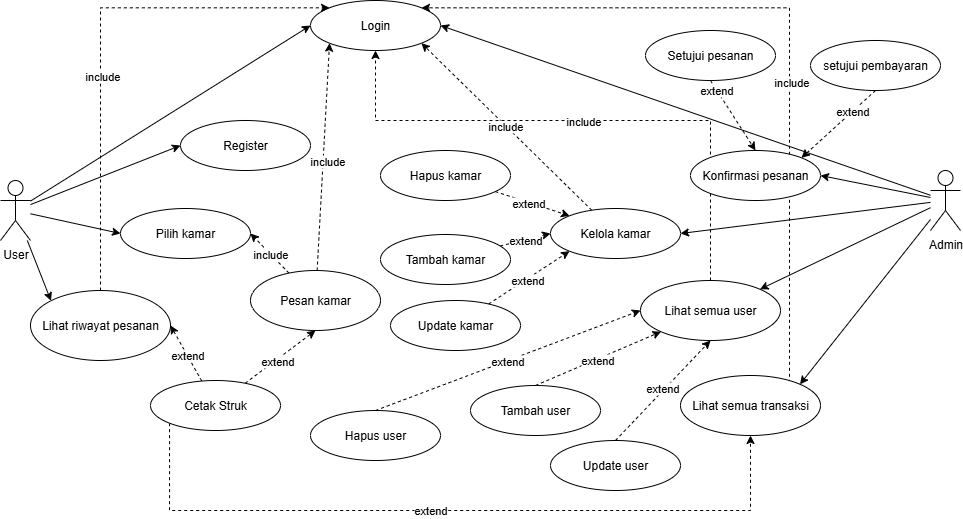
Above: uml/use-case-tiket-hotel.png in contributor404/ukk (draw.io), before the change. Source tidied: cells renumbered, new cells last; positions are measured from the earlier drawing's top-left corner, leaving out a move shared by most shapes.
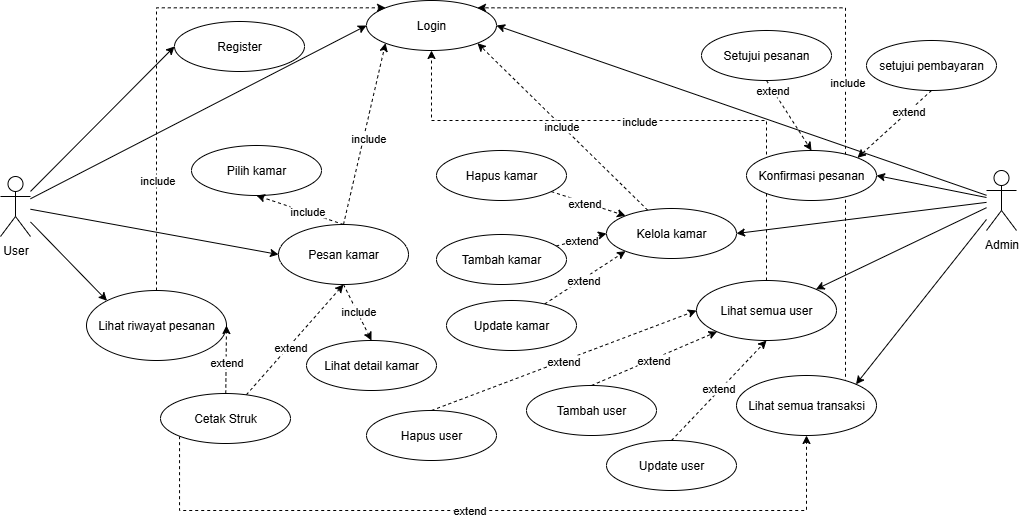
After the change.

Diff of the diagram source:
```diff
@@ -8,38 +8,46 @@
     <mxCell id="3" style="rounded=0;jettySize=auto;html=1;entryX=0;entryY=0.5;entryDx=0;entryDy=0;" parent="1" edge="1" source="6" target="8">
       <mxGeometry relative="1" as="geometry" />
     </mxCell>
-    <mxCell id="4" style="edgeStyle=none;rounded=0;jettySize=auto;html=1;entryX=0;entryY=0.5;entryDx=0;entryDy=0;" parent="1" edge="1" source="6" target="9">
-      <mxGeometry relative="1" as="geometry" />
-    </mxCell>
     <mxCell id="5" style="edgeStyle=none;rounded=0;jettySize=auto;html=1;entryX=0;entryY=0;entryDx=0;entryDy=0;" parent="1" edge="1" source="6" target="17">
       <mxGeometry relative="1" as="geometry" />
     </mxCell>
+    <mxCell id="65" style="rounded=0;jettySize=auto;html=1;entryX=0;entryY=0.5;entryDx=0;entryDy=0;" parent="1" edge="1" source="6" target="14">
+      <mxGeometry relative="1" as="geometry" />
+    </mxCell>
     <mxCell id="6" value="User" style="shape=umlActor;verticalLabelPosition=bottom;verticalAlign=top;html=1;outlineConnect=0;" parent="1" vertex="1">
-      <mxGeometry y="180" width="30" height="60" as="geometry" />
+      <mxGeometry x="-56" y="176" width="30" height="60" as="geometry" />
     </mxCell>
     <mxCell id="7" value="Login" style="ellipse;whiteSpace=wrap;html=1;" parent="1" vertex="1">
       <mxGeometry x="310" width="130" height="50" as="geometry" />
     </mxCell>
     <mxCell id="8" value="Register" style="ellipse;whiteSpace=wrap;html=1;" parent="1" vertex="1">
-      <mxGeometry x="180" y="120" width="130" height="50" as="geometry" />
+      <mxGeometry x="118" y="21" width="130" height="50" as="geometry" />
     </mxCell>
     <mxCell id="9" value="Pilih kamar" style="ellipse;whiteSpace=wrap;html=1;" parent="1" vertex="1">
-      <mxGeometry x="120" y="208" width="130" height="50" as="geometry" />
+      <mxGeometry x="135" y="145" width="130" height="50" as="geometry" />
     </mxCell>
-    <mxCell id="10" style="edgeStyle=none;rounded=0;jettySize=auto;html=1;entryX=1;entryY=0.5;entryDx=0;entryDy=0;dashed=1;" parent="1" edge="1" source="14" target="9">
-      <mxGeometry relative="1" as="geometry" />
-    </mxCell>
-    <mxCell id="11" value="include" style="edgeLabel;html=1;align=center;verticalAlign=middle;" parent="10" vertex="1">
-      <mxGeometry x="-0.01" relative="1" as="geometry" />
-    </mxCell>
-    <mxCell id="12" style="edgeStyle=none;rounded=0;jettySize=auto;html=1;entryX=0;entryY=1;entryDx=0;entryDy=0;dashed=1;" parent="1" edge="1" source="14" target="7">
+    <mxCell id="12" style="edgeStyle=none;rounded=0;jettySize=auto;html=1;entryX=0;entryY=1;entryDx=0;entryDy=0;dashed=1;exitX=0.5;exitY=0;exitDx=0;exitDy=0;" parent="1" edge="1" source="14" target="7">
       <mxGeometry relative="1" as="geometry" />
     </mxCell>
     <mxCell id="13" value="include" style="edgeLabel;html=1;align=center;verticalAlign=middle;" parent="12" vertex="1">
       <mxGeometry x="-0.03" y="-4" relative="1" as="geometry" />
     </mxCell>
+    <mxCell id="10" style="edgeStyle=none;rounded=0;jettySize=auto;html=1;exitX=0.5;exitY=0;exitDx=0;exitDy=0;entryX=0.5;entryY=1;entryDx=0;entryDy=0;dashed=1;" parent="1" edge="1" source="14" target="9">
+      <mxGeometry relative="1" as="geometry" />
+    </mxCell>
+    <mxCell id="66" value="include" style="edgeLabel;html=1;align=center;verticalAlign=middle;" parent="10" vertex="1">
+      <mxGeometry x="-0.15" y="-1" relative="1" as="geometry" />
+    </mxCell>
+    <mxCell id="67" style="edgeStyle=none;rounded=0;jettySize=auto;html=1;exitX=0.5;exitY=1;exitDx=0;exitDy=0;entryX=0.5;entryY=0;entryDx=0;entryDy=0;dashed=1;" parent="1" edge="1" source="14" target="69">
+      <mxGeometry relative="1" as="geometry" />
+    </mxCell>
+    <mxCell id="68" value="include" style="edgeLabel;html=1;align=center;verticalAlign=middle;" parent="67" vertex="1">
+      <mxGeometry x="-0.25" relative="1" as="geometry">
+        <mxPoint x="4" y="5" as="offset" />
+      </mxGeometry>
+    </mxCell>
     <mxCell id="14" value="Pesan kamar" style="ellipse;whiteSpace=wrap;html=1;" parent="1" vertex="1">
-      <mxGeometry x="250" y="270" width="130" height="60" as="geometry" />
+      <mxGeometry x="222" y="224" width="130" height="60" as="geometry" />
     </mxCell>
     <mxCell id="15" style="edgeStyle=elbowEdgeStyle;rounded=0;jettySize=auto;html=1;entryX=0;entryY=0;entryDx=0;entryDy=0;dashed=1;exitX=0.5;exitY=0;exitDx=0;exitDy=0;" parent="1" edge="1" source="17" target="7">
       <mxGeometry relative="1" as="geometry">
@@ -49,7 +57,9 @@
       </mxGeometry>
     </mxCell>
     <mxCell id="16" value="include" style="edgeLabel;html=1;align=center;verticalAlign=middle;" parent="15" vertex="1">
-      <mxGeometry x="-0.16" y="-1" relative="1" as="geometry" />
+      <mxGeometry x="-0.16" y="-1" relative="1" as="geometry">
+        <mxPoint x="-1" y="104" as="offset" />
+      </mxGeometry>
     </mxCell>
     <mxCell id="17" value="Lihat riwayat pesanan" style="ellipse;whiteSpace=wrap;html=1;" parent="1" vertex="1">
       <mxGeometry x="30" y="290" width="140" height="70" as="geometry" />
@@ -119,7 +129,7 @@
       <mxGeometry x="-0.07" relative="1" as="geometry" />
     </mxCell>
     <mxCell id="36" value="Cetak Struk" style="ellipse;whiteSpace=wrap;html=1;" parent="1" vertex="1">
-      <mxGeometry x="150" y="380" width="130" height="50" as="geometry" />
+      <mxGeometry x="104" y="393" width="130" height="50" as="geometry" />
     </mxCell>
     <mxCell id="37" style="edgeStyle=none;rounded=0;jettySize=auto;html=1;entryX=0;entryY=0;entryDx=0;entryDy=0;dashed=1;" parent="1" edge="1" source="39" target="26">
       <mxGeometry relative="1" as="geometry" />
@@ -213,5 +223,8 @@
     <mxCell id="64" value="setujui pembayaran" style="ellipse;whiteSpace=wrap;html=1;" parent="1" vertex="1">
       <mxGeometry x="810" y="40" width="130" height="50" as="geometry" />
     </mxCell>
+    <mxCell id="69" value="Lihat detail kamar" style="ellipse;whiteSpace=wrap;html=1;" parent="1" vertex="1">
+      <mxGeometry x="250" y="340" width="130" height="50" as="geometry" />
+    </mxCell>
   </root>
 </mxGraphModel>
```
